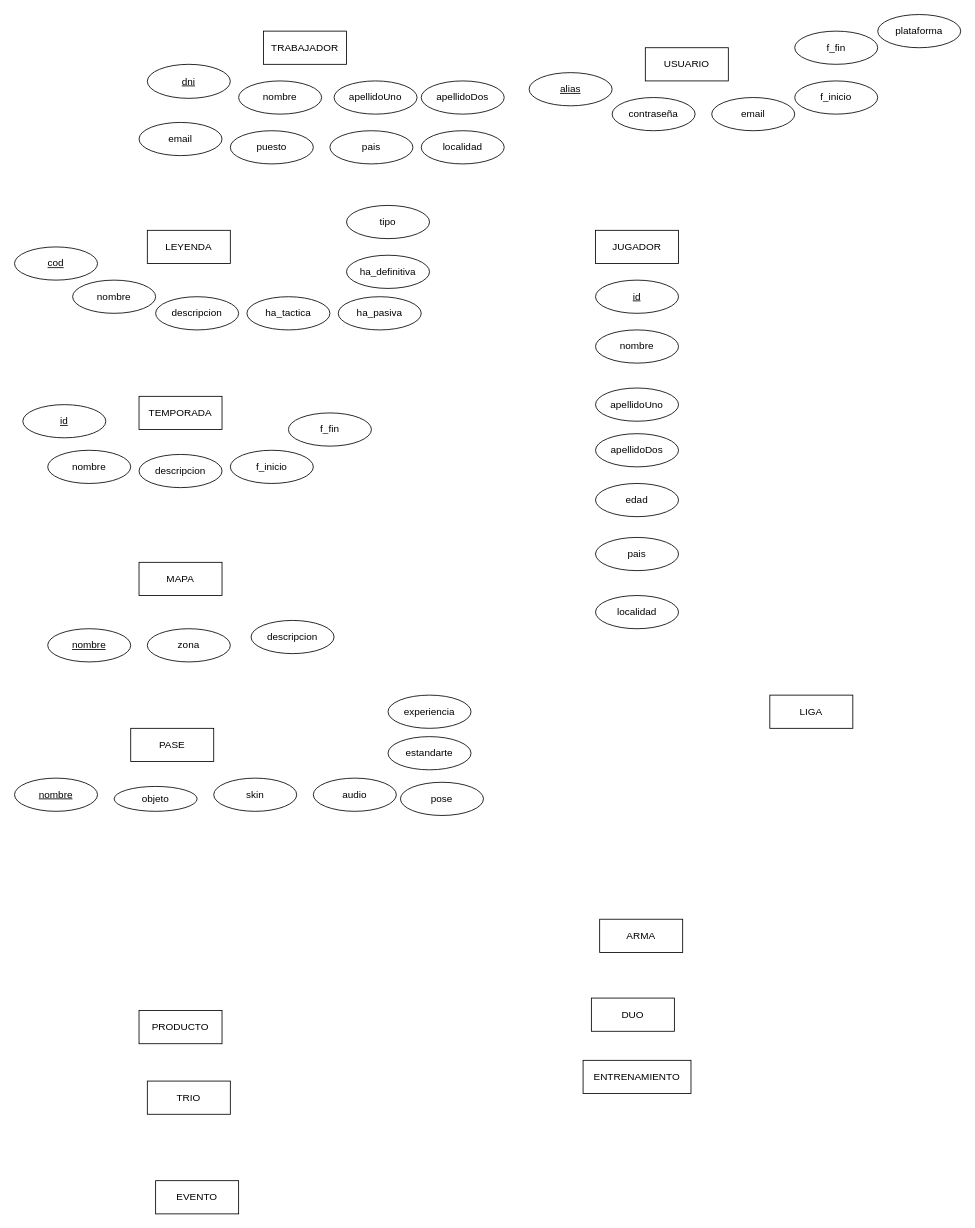
This is modelo_entidad_relacion/modelo_entidad_relacion.drawio from raulgp97/base_de_datos_apex_leyends, a draw.io file, before an edit. Source tidied: cells renumbered, new cells numbered last; positions are measured from the earlier drawing's top-left corner, leaving out a move shared by most shapes. Both pictures are drawn from the tidied source at 83%, with x=0, y=0 at pixel (14, 14).
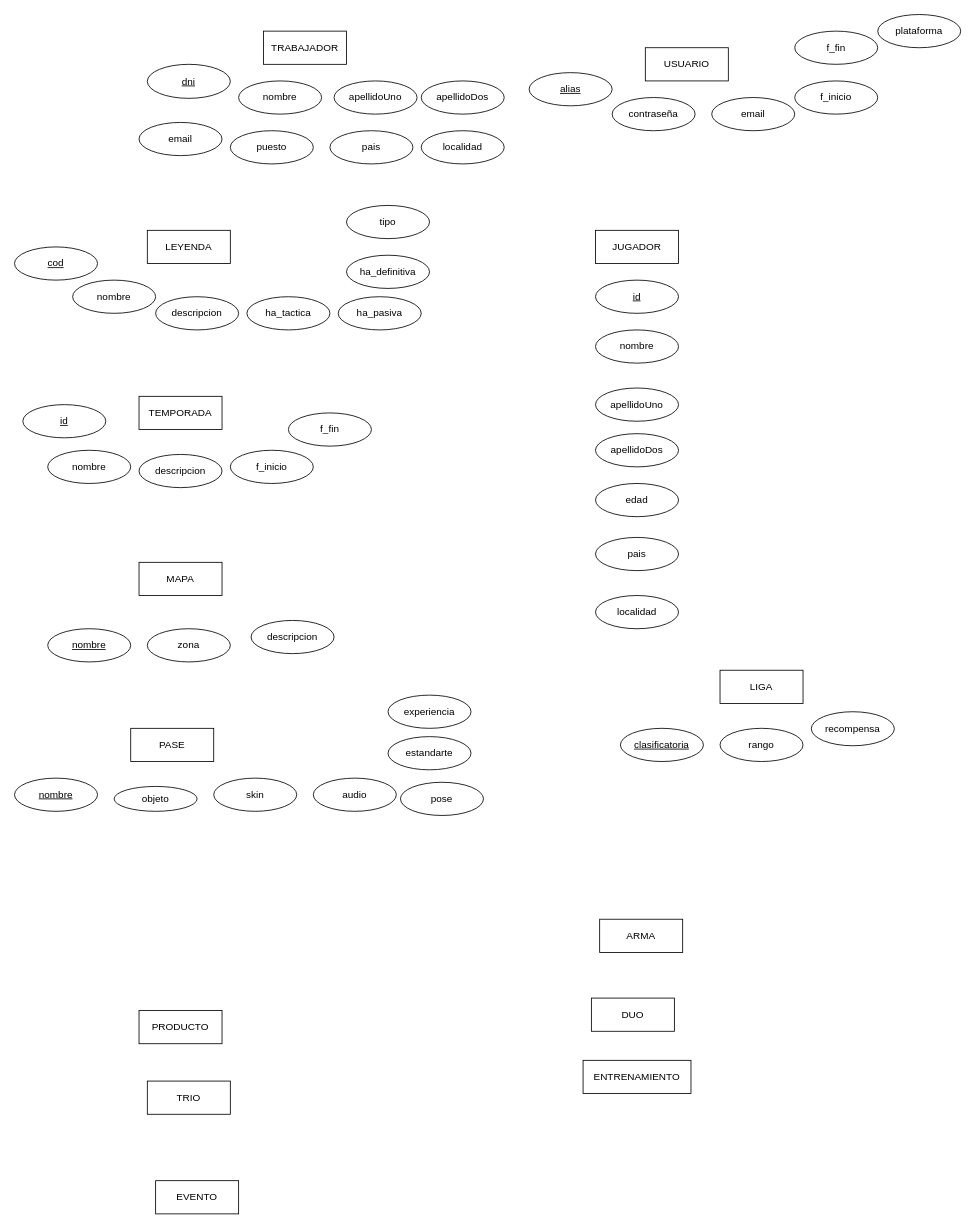
After the change.

Commit message:
Entidad liga

He añadido los atributos a la entidad liga.

The edit, as a diff of the source:
```diff
@@
     <mxCell id="8" value="LIGA" style="whiteSpace=wrap;html=1;align=center;" parent="1" vertex="1">
-      <mxGeometry x="910" y="820" width="100" height="40" as="geometry" />
+      <mxGeometry x="850" y="790" width="100" height="40" as="geometry" />
     </mxCell>
@@
+    <mxCell id="59" value="rango" style="ellipse;whiteSpace=wrap;html=1;align=center;" parent="1" vertex="1">
+      <mxGeometry x="850" y="860" width="100" height="40" as="geometry" />
+    </mxCell>
+    <mxCell id="60" value="clasificatoria" style="ellipse;whiteSpace=wrap;html=1;align=center;fontStyle=4;" parent="1" vertex="1">
+      <mxGeometry x="730" y="860" width="100" height="40" as="geometry" />
+    </mxCell>
+    <mxCell id="61" value="recompensa" style="ellipse;whiteSpace=wrap;html=1;align=center;" parent="1" vertex="1">
+      <mxGeometry x="960" y="840" width="100" height="41" as="geometry" />
+    </mxCell>
```
